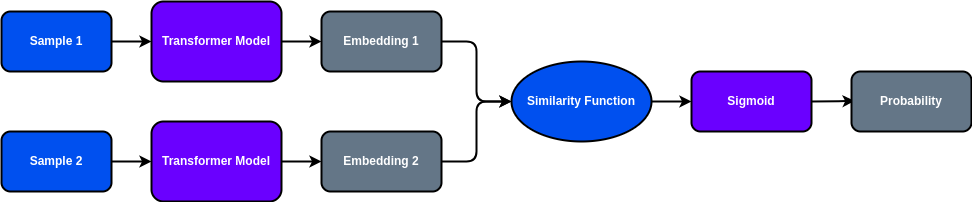
Above: diagram/pt_snn_architecture.png in PittNAIL/snn-for-fsl (draw.io), before the change. Source tidied: cells renumbered, new cells last; positions are measured from the earlier drawing's top-left corner, leaving out a move shared by most shapes. Its diagram source:
```xml
<mxGraphModel>
  <root>
    <mxCell id="0" />
    <mxCell id="1" parent="0" />
    <mxCell id="2" style="edgeStyle=orthogonalEdgeStyle;curved=1;jettySize=auto;html=1;exitX=1;exitY=0.5;exitDx=0;exitDy=0;strokeWidth=2;" parent="1" edge="1" source="3" target="7">
      <mxGeometry relative="1" as="geometry" />
    </mxCell>
    <mxCell id="3" value="Sample 1" style="rounded=1;whiteSpace=wrap;html=1;fillColor=#0050ef;fontColor=#ffffff;strokeColor=#000000;strokeWidth=2;fontStyle=1;" parent="1" vertex="1">
      <mxGeometry y="10" width="110" height="60" as="geometry" />
    </mxCell>
    <mxCell id="4" style="edgeStyle=orthogonalEdgeStyle;rounded=0;jettySize=auto;html=1;exitX=1;exitY=0.5;exitDx=0;exitDy=0;entryX=0;entryY=0.5;entryDx=0;entryDy=0;strokeWidth=2;fontFamily=Roboto;fontSource=https%3A%2F%2Ffonts.googleapis.com%2Fcss2%3Ffamily%3DRoboto%26display%3Dswap;" parent="1" edge="1" source="5" target="9">
      <mxGeometry relative="1" as="geometry" />
    </mxCell>
    <mxCell id="5" value="Sample 2" style="rounded=1;whiteSpace=wrap;html=1;fillColor=#0050ef;fontColor=#ffffff;strokeColor=#000000;strokeWidth=2;fontStyle=1;" parent="1" vertex="1">
      <mxGeometry y="130" width="110" height="60" as="geometry" />
    </mxCell>
    <mxCell id="6" style="edgeStyle=orthogonalEdgeStyle;rounded=0;jettySize=auto;html=1;exitX=1;exitY=0.5;exitDx=0;exitDy=0;entryX=0;entryY=0.5;entryDx=0;entryDy=0;strokeWidth=2;fontFamily=Roboto;fontSource=https%3A%2F%2Ffonts.googleapis.com%2Fcss2%3Ffamily%3DRoboto%26display%3Dswap;" parent="1" edge="1" source="7" target="11">
      <mxGeometry relative="1" as="geometry" />
    </mxCell>
    <mxCell id="7" value="Transformer Model" style="rounded=1;whiteSpace=wrap;html=1;fillColor=#6a00ff;fontColor=#ffffff;strokeColor=#000000;strokeWidth=2;fontStyle=1;" parent="1" vertex="1">
      <mxGeometry x="150" width="130" height="80" as="geometry" />
    </mxCell>
    <mxCell id="8" style="edgeStyle=orthogonalEdgeStyle;rounded=0;jettySize=auto;html=1;exitX=1;exitY=0.5;exitDx=0;exitDy=0;entryX=0;entryY=0.5;entryDx=0;entryDy=0;strokeWidth=2;fontFamily=Roboto;fontSource=https%3A%2F%2Ffonts.googleapis.com%2Fcss2%3Ffamily%3DRoboto%26display%3Dswap;" parent="1" edge="1" source="9" target="13">
      <mxGeometry relative="1" as="geometry" />
    </mxCell>
    <mxCell id="9" value="Transformer Model" style="rounded=1;whiteSpace=wrap;html=1;fillColor=#6a00ff;fontColor=#ffffff;strokeColor=#000000;strokeWidth=2;fontStyle=1;" parent="1" vertex="1">
      <mxGeometry x="150" y="120" width="130" height="80" as="geometry" />
    </mxCell>
    <mxCell id="10" style="edgeStyle=orthogonalEdgeStyle;rounded=1;jettySize=auto;html=1;exitX=1;exitY=0.5;exitDx=0;exitDy=0;entryX=0;entryY=0.5;entryDx=0;entryDy=0;strokeWidth=2;fontFamily=Helvetica;" parent="1" edge="1" source="11" target="15">
      <mxGeometry relative="1" as="geometry" />
    </mxCell>
    <mxCell id="11" value="Embedding 1" style="rounded=1;whiteSpace=wrap;html=1;fillColor=#647687;fontColor=#ffffff;strokeColor=#000000;strokeWidth=2;fontStyle=1;" parent="1" vertex="1">
      <mxGeometry x="320" y="10" width="120" height="60" as="geometry" />
    </mxCell>
    <mxCell id="12" style="edgeStyle=orthogonalEdgeStyle;rounded=1;jettySize=auto;html=1;exitX=1;exitY=0.5;exitDx=0;exitDy=0;entryX=0;entryY=0.5;entryDx=0;entryDy=0;strokeWidth=2;fontFamily=Helvetica;" parent="1" edge="1" source="13" target="15">
      <mxGeometry relative="1" as="geometry" />
    </mxCell>
    <mxCell id="13" value="Embedding 2" style="rounded=1;whiteSpace=wrap;html=1;fillColor=#647687;fontColor=#ffffff;strokeColor=#000000;strokeWidth=2;fontStyle=1;" parent="1" vertex="1">
      <mxGeometry x="320" y="130" width="120" height="60" as="geometry" />
    </mxCell>
    <mxCell id="14" style="edgeStyle=orthogonalEdgeStyle;curved=1;jettySize=auto;html=1;exitX=1;exitY=0.5;exitDx=0;exitDy=0;entryX=0;entryY=0.5;entryDx=0;entryDy=0;strokeWidth=2;" parent="1" edge="1" source="15" target="17">
      <mxGeometry relative="1" as="geometry" />
    </mxCell>
    <mxCell id="15" value="&lt;font face=&quot;Helvetica&quot;&gt;Similarity Function&lt;/font&gt;" style="ellipse;whiteSpace=wrap;html=1;strokeColor=#000000;strokeWidth=2;fontFamily=Roboto;fontSource=https%3A%2F%2Ffonts.googleapis.com%2Fcss2%3Ffamily%3DRoboto%26display%3Dswap;fillColor=#0050ef;fontColor=#ffffff;fontStyle=1;" parent="1" vertex="1">
      <mxGeometry x="510" y="60" width="140" height="80" as="geometry" />
    </mxCell>
    <mxCell id="16" style="edgeStyle=orthogonalEdgeStyle;curved=1;jettySize=auto;html=1;exitX=1;exitY=0.5;exitDx=0;exitDy=0;entryX=0.026;entryY=0.49;entryDx=0;entryDy=0;entryPerimeter=0;strokeWidth=2;" parent="1" edge="1" source="17" target="18">
      <mxGeometry relative="1" as="geometry" />
    </mxCell>
    <mxCell id="17" value="Sigmoid" style="rounded=1;whiteSpace=wrap;html=1;fillColor=#6a00ff;fontColor=#ffffff;strokeColor=#000000;strokeWidth=2;fontStyle=1;" parent="1" vertex="1">
      <mxGeometry x="690" y="70" width="120" height="60" as="geometry" />
    </mxCell>
    <mxCell id="18" value="Probability" style="rounded=1;whiteSpace=wrap;html=1;fillColor=#647687;fontColor=#ffffff;strokeColor=#000000;strokeWidth=2;fontStyle=1;" parent="1" vertex="1">
      <mxGeometry x="850" y="70" width="120" height="60" as="geometry" />
    </mxCell>
  </root>
</mxGraphModel>
```
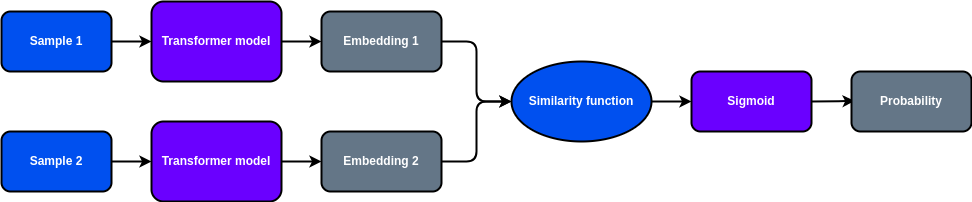
After the commit.

The edit, as a diff of the source:
```diff
@@ -17,13 +17,13 @@
     <mxCell id="6" style="edgeStyle=orthogonalEdgeStyle;rounded=0;jettySize=auto;html=1;exitX=1;exitY=0.5;exitDx=0;exitDy=0;entryX=0;entryY=0.5;entryDx=0;entryDy=0;strokeWidth=2;fontFamily=Roboto;fontSource=https%3A%2F%2Ffonts.googleapis.com%2Fcss2%3Ffamily%3DRoboto%26display%3Dswap;" parent="1" edge="1" source="7" target="11">
       <mxGeometry relative="1" as="geometry" />
     </mxCell>
-    <mxCell id="7" value="Transformer Model" style="rounded=1;whiteSpace=wrap;html=1;fillColor=#6a00ff;fontColor=#ffffff;strokeColor=#000000;strokeWidth=2;fontStyle=1;" parent="1" vertex="1">
+    <mxCell id="7" value="Transformer model" style="rounded=1;whiteSpace=wrap;html=1;fillColor=#6a00ff;fontColor=#ffffff;strokeColor=#000000;strokeWidth=2;fontStyle=1;" parent="1" vertex="1">
       <mxGeometry x="150" width="130" height="80" as="geometry" />
     </mxCell>
     <mxCell id="8" style="edgeStyle=orthogonalEdgeStyle;rounded=0;jettySize=auto;html=1;exitX=1;exitY=0.5;exitDx=0;exitDy=0;entryX=0;entryY=0.5;entryDx=0;entryDy=0;strokeWidth=2;fontFamily=Roboto;fontSource=https%3A%2F%2Ffonts.googleapis.com%2Fcss2%3Ffamily%3DRoboto%26display%3Dswap;" parent="1" edge="1" source="9" target="13">
       <mxGeometry relative="1" as="geometry" />
     </mxCell>
-    <mxCell id="9" value="Transformer Model" style="rounded=1;whiteSpace=wrap;html=1;fillColor=#6a00ff;fontColor=#ffffff;strokeColor=#000000;strokeWidth=2;fontStyle=1;" parent="1" vertex="1">
+    <mxCell id="9" value="Transformer model" style="rounded=1;whiteSpace=wrap;html=1;fillColor=#6a00ff;fontColor=#ffffff;strokeColor=#000000;strokeWidth=2;fontStyle=1;" parent="1" vertex="1">
       <mxGeometry x="150" y="120" width="130" height="80" as="geometry" />
     </mxCell>
     <mxCell id="10" style="edgeStyle=orthogonalEdgeStyle;rounded=1;jettySize=auto;html=1;exitX=1;exitY=0.5;exitDx=0;exitDy=0;entryX=0;entryY=0.5;entryDx=0;entryDy=0;strokeWidth=2;fontFamily=Helvetica;" parent="1" edge="1" source="11" target="15">
@@ -41,7 +41,7 @@
     <mxCell id="14" style="edgeStyle=orthogonalEdgeStyle;curved=1;jettySize=auto;html=1;exitX=1;exitY=0.5;exitDx=0;exitDy=0;entryX=0;entryY=0.5;entryDx=0;entryDy=0;strokeWidth=2;" parent="1" edge="1" source="15" target="17">
       <mxGeometry relative="1" as="geometry" />
     </mxCell>
-    <mxCell id="15" value="&lt;font face=&quot;Helvetica&quot;&gt;Similarity Function&lt;/font&gt;" style="ellipse;whiteSpace=wrap;html=1;strokeColor=#000000;strokeWidth=2;fontFamily=Roboto;fontSource=https%3A%2F%2Ffonts.googleapis.com%2Fcss2%3Ffamily%3DRoboto%26display%3Dswap;fillColor=#0050ef;fontColor=#ffffff;fontStyle=1;" parent="1" vertex="1">
+    <mxCell id="15" value="&lt;font face=&quot;Helvetica&quot;&gt;Similarity function&lt;/font&gt;" style="ellipse;whiteSpace=wrap;html=1;strokeColor=#000000;strokeWidth=2;fontFamily=Roboto;fontSource=https%3A%2F%2Ffonts.googleapis.com%2Fcss2%3Ffamily%3DRoboto%26display%3Dswap;fillColor=#0050ef;fontColor=#ffffff;fontStyle=1;" parent="1" vertex="1">
       <mxGeometry x="510" y="60" width="140" height="80" as="geometry" />
     </mxCell>
     <mxCell id="16" style="edgeStyle=orthogonalEdgeStyle;curved=1;jettySize=auto;html=1;exitX=1;exitY=0.5;exitDx=0;exitDy=0;entryX=0.026;entryY=0.49;entryDx=0;entryDy=0;entryPerimeter=0;strokeWidth=2;" parent="1" edge="1" source="17" target="18">
```
